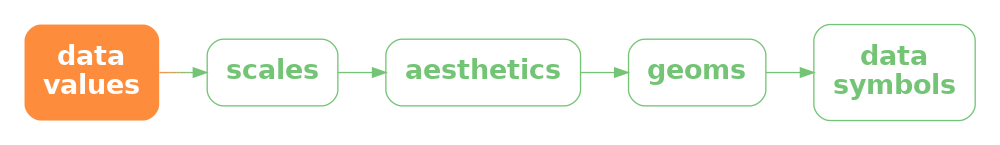
pmur002/hdvw keeps this Graphviz diagram as Diagrams/data-scale-aes-geom-sym.png. Above is the earlier version. Its source is kept beside it as Diagrams/data-scale-aes-geom-sym.dot.
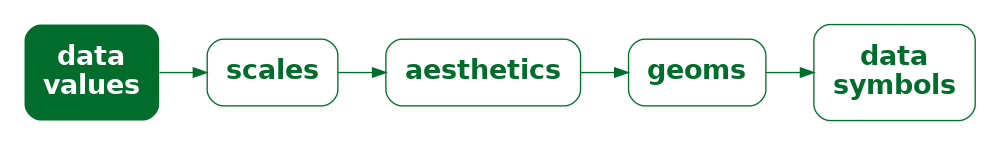
The same file after the commit.

Diff of the diagram source:
```diff
@@ -1,14 +1,14 @@
 digraph {
   graph [ rankdir=LR; margin=.2; nodesep=.5 ];
   node [ fontsize=20; fontname="sans bold"; margin=.2 ];
-  data [ label="data\nvalues"; shape=box; style="filled, rounded"; penwidth=0; fontcolor=white; fillcolor="#FD8D3C" ]
-  scale [ label="scales"; shape=box; style=rounded; color="#74C476"; fontcolor="#74C476" ]
-  aes [ label="aesthetics"; shape=box; style=rounded; color="#74C476"; fontcolor="#74C476" ]
-  geom [ label="geoms"; shape=box; style=rounded; color="#74C476"; fontcolor="#74C476" ]
+  data [ label="data\nvalues"; shape=box; style="filled, rounded"; penwidth=0; fontcolor=white; fillcolor="#006D2C" ]
+  scale [ label="scales"; shape=box; style=rounded; color="#006D2C"; fontcolor="#006D2C" ]
+  aes [ label="aesthetics"; shape=box; style=rounded; color="#006D2C"; fontcolor="#006D2C" ]
+  geom [ label="geoms"; shape=box; style=rounded; color="#006D2C"; fontcolor="#006D2C" ]
   sym [ label="data\nsymbols"; shape=box;
-     style="rounded"; color="#74C476"; fontcolor="#74C476" ]
-  data -> scale [ style="bold"; penwidth=1; color="#FD8D3C;0.1:#EE9342;0.1:#DF9949;0.1:#CF9F4F;0.1:#C0A556;0.1:#B1AC5C;0.1:#A2B263;0.1:#92B869;0.1:#83BE70;0.1:#74C476;0.1" ]
-  scale -> aes [ style="solid", color="#74C476" ]
-  aes -> geom [ style="solid", color="#74C476" ]
-  geom -> sym [ style="solid", color="#74C476" ]
+     style="rounded"; color="#006D2C"; fontcolor="#006D2C" ]
+  data -> scale [ style="bold"; penwidth=1; color="#006D2C" ]
+  scale -> aes [ style="solid", color="#006D2C" ]
+  aes -> geom [ style="solid", color="#006D2C" ]
+  geom -> sym [ style="solid", color="#006D2C" ]
 }
```
